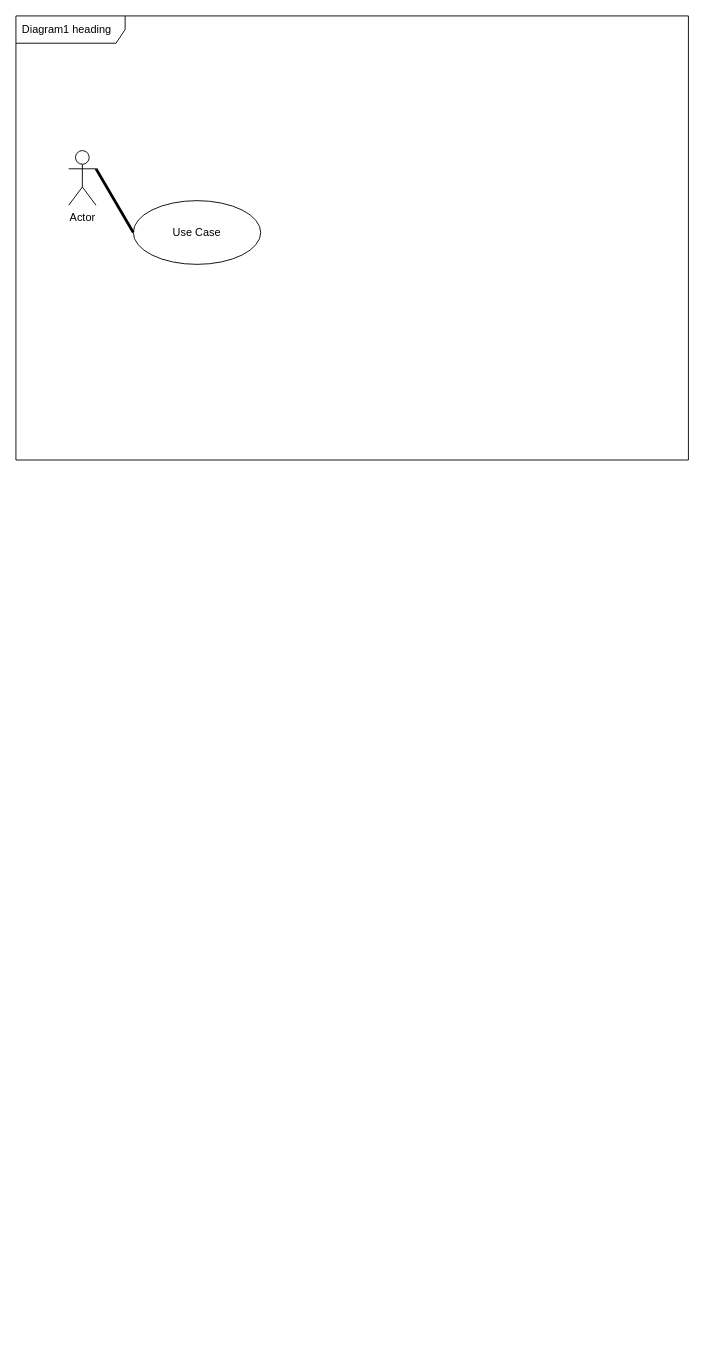
Earlier version of the draw.io diagram page "Use Case" (1 of 2) of designs/ae.drawio (luclegen/medicine16). Source tidied: cells renumbered, new cells numbered last; positions are measured from the earlier drawing's top-left corner, leaving out a move shared by most shapes. Both pictures are drawn from the tidied source at 91%, with x=0, y=0 at pixel (15, 15).
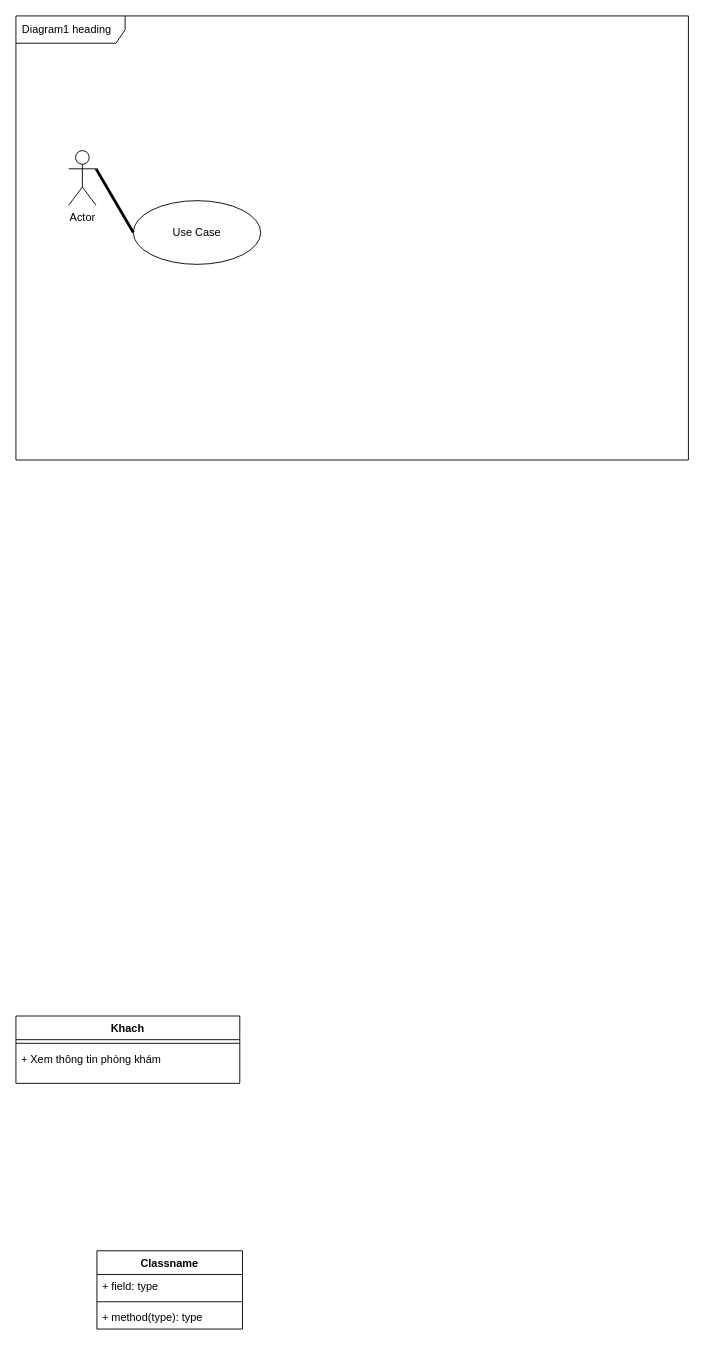
The same page after the edit.

Diff of the diagram source:
```diff
@@
 <mxGraphModel>
   <root>
     <mxCell id="0" />
     <mxCell id="1" parent="0" />
     <mxCell id="2" value="Diagram1 heading" style="shape=umlFrame;whiteSpace=wrap;html=1;width=120;height=30;boundedLbl=1;verticalAlign=middle;align=left;spacingLeft=5;" parent="1" vertex="1">
       <mxGeometry width="739" height="488" as="geometry" />
     </mxCell>
     <mxCell id="3" value="Actor" style="shape=umlActor;verticalLabelPosition=bottom;verticalAlign=top;html=1;" parent="1" vertex="1">
       <mxGeometry x="58" y="148" width="30" height="60" as="geometry" />
     </mxCell>
     <mxCell id="4" value="Use Case" style="ellipse;whiteSpace=wrap;html=1;" parent="1" vertex="1">
       <mxGeometry x="129" y="203" width="140" height="70" as="geometry" />
     </mxCell>
     <mxCell id="5" style="endArrow=none;startArrow=none;endFill=0;startFill=0;endSize=8;html=1;verticalAlign=bottom;labelBackgroundColor=none;strokeWidth=3;exitX=1;exitY=0.3333333333333333;exitDx=0;exitDy=0;exitPerimeter=0;entryX=0;entryY=0.5;entryDx=0;entryDy=0;" parent="1" edge="1" source="3" target="4">
       <mxGeometry relative="1" as="geometry" />
     </mxCell>
+    <mxCell id="6" value="Khach" style="swimlane;fontStyle=1;align=center;verticalAlign=top;horizontal=1;startSize=26;" parent="1" vertex="1">
+      <mxGeometry y="1099" width="246" height="74" as="geometry" />
+    </mxCell>
+    <mxCell id="7" style="line;strokeWidth=1;fillColor=none;align=left;verticalAlign=middle;spacingTop=-1;spacingLeft=3;spacingRight=3;labelPosition=right;" parent="6" vertex="1">
+      <mxGeometry y="26" width="246" height="8" as="geometry" />
+    </mxCell>
+    <mxCell id="8" value="+ Xem thông tin phòng khám &#10;" style="text;strokeColor=none;fillColor=none;align=left;verticalAlign=top;spacingLeft=4;spacingRight=4;overflow=hidden;" parent="6" vertex="1">
+      <mxGeometry y="34" width="246" height="40" as="geometry" />
+    </mxCell>
+    <mxCell id="9" value="Classname" style="swimlane;fontStyle=1;align=center;verticalAlign=top;horizontal=1;startSize=26;" parent="1" vertex="1">
+      <mxGeometry x="89" y="1357" width="160" height="86" as="geometry" />
+    </mxCell>
+    <mxCell id="10" value="+ field: type" style="text;strokeColor=none;fillColor=none;align=left;verticalAlign=top;spacingLeft=4;spacingRight=4;overflow=hidden;" parent="9" vertex="1">
+      <mxGeometry y="26" width="160" height="26" as="geometry" />
+    </mxCell>
+    <mxCell id="11" style="line;strokeWidth=1;fillColor=none;align=left;verticalAlign=middle;spacingTop=-1;spacingLeft=3;spacingRight=3;labelPosition=right;" parent="9" vertex="1">
+      <mxGeometry y="52" width="160" height="8" as="geometry" />
+    </mxCell>
+    <mxCell id="12" value="+ method(type): type" style="text;strokeColor=none;fillColor=none;align=left;verticalAlign=top;spacingLeft=4;spacingRight=4;overflow=hidden;" parent="9" vertex="1">
+      <mxGeometry y="60" width="160" height="26" as="geometry" />
+    </mxCell>
   </root>
 </mxGraphModel>
```
